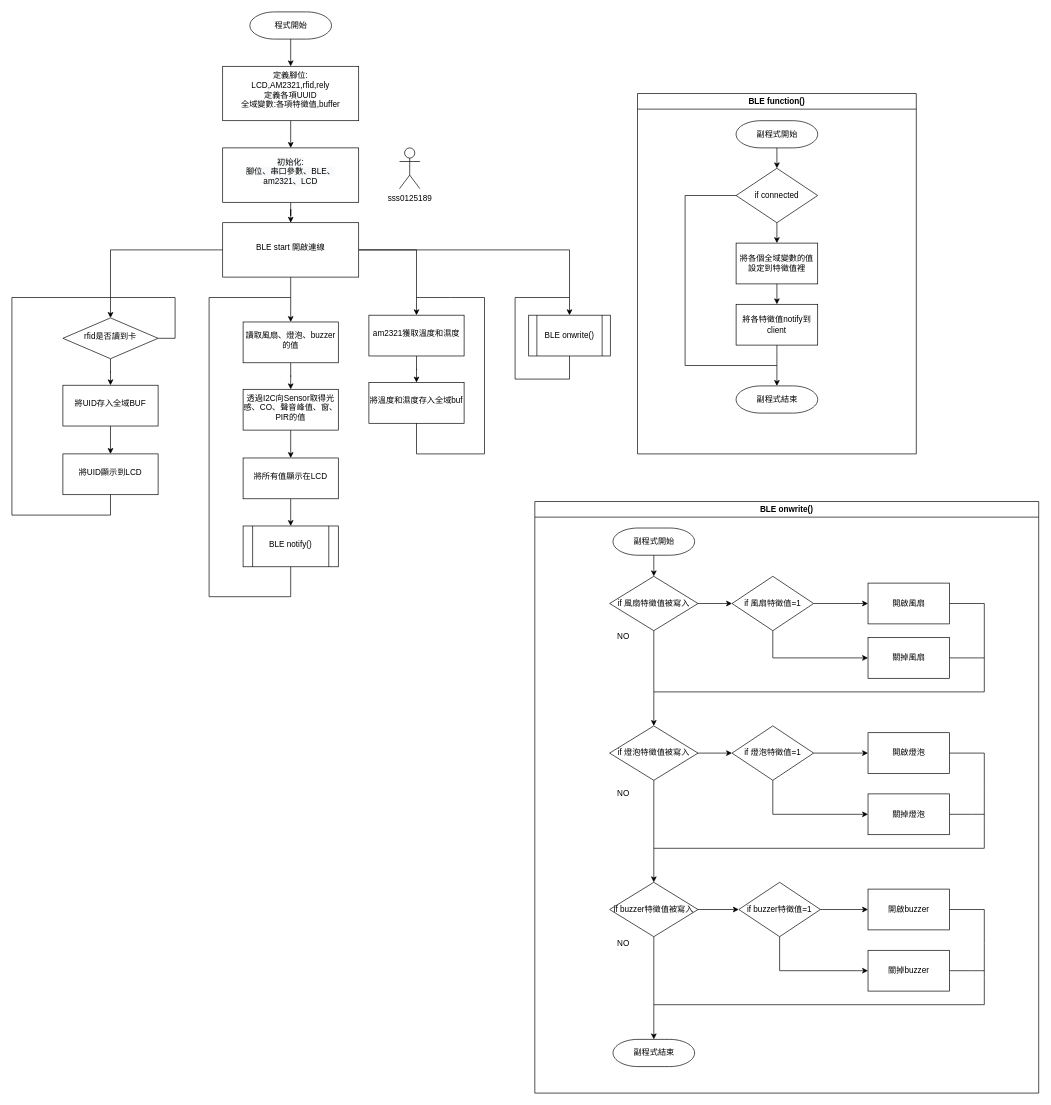
The draw.io diagram page "Page-1" (1 of 3) of iFamily_Master.drawio in k39920123/iFamily, before the edit. Source tidied: cells renumbered, new cells numbered last; positions are measured from the earlier drawing's top-left corner, leaving out a move shared by most shapes. Both pictures are drawn from the tidied source at 68%, with x=0, y=0 at pixel (12, 12).
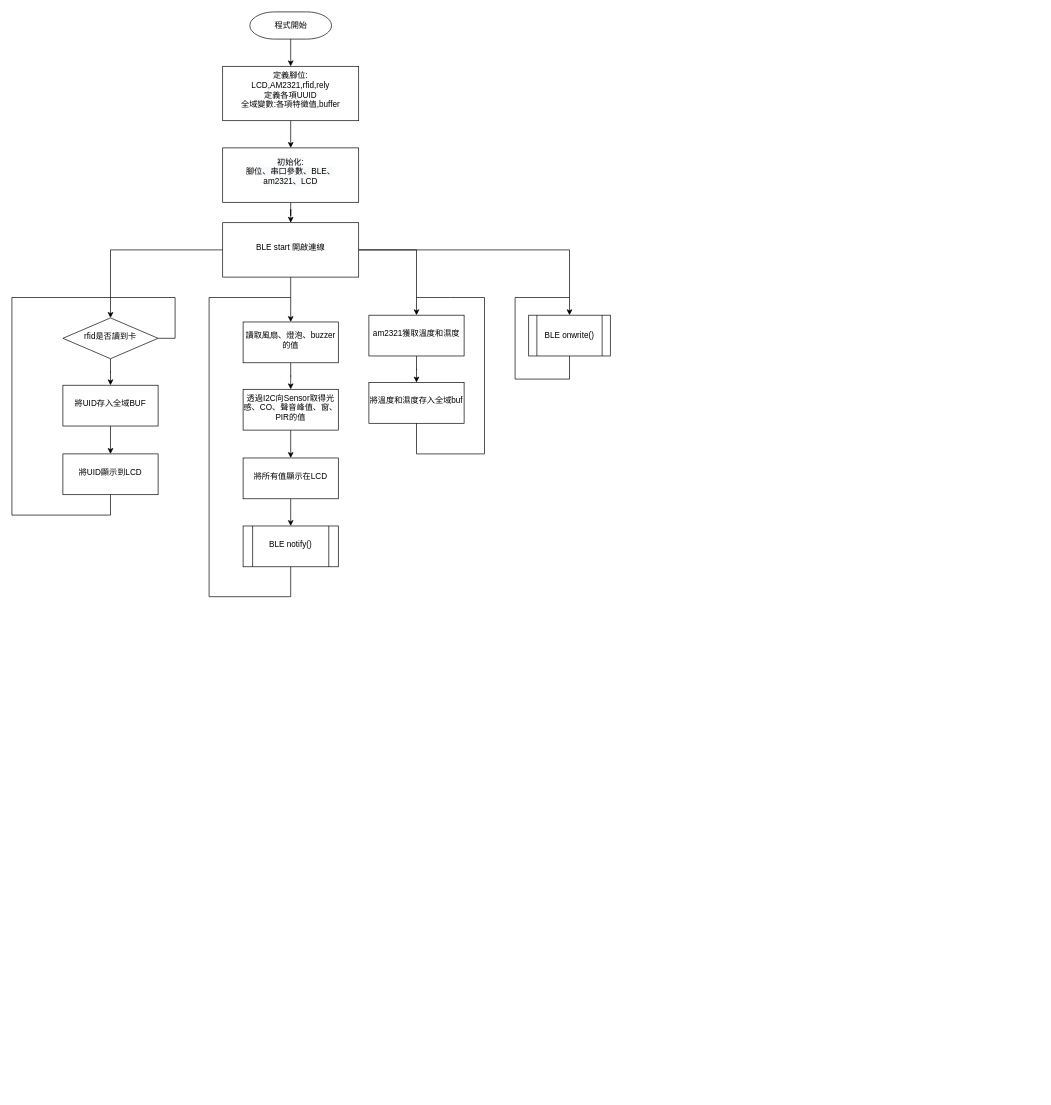
After the change.

What changed in the source:
```diff
@@
-    <mxCell id="26" value="BLE function()" style="swimlane;fontSize=12;strokeColor=default;strokeWidth=1;fillColor=default;" parent="1" vertex="1">
-      <mxGeometry x="920" y="120" width="410" height="530" as="geometry" />
-    </mxCell>
-    <mxCell id="27" value="副程式開始" style="shape=mxgraph.flowchart.terminator;strokeWidth=1;gradientDirection=north;fontStyle=0;html=1;fillColor=default;strokeColor=default;fontSize=12;" parent="26" vertex="1">
-      <mxGeometry x="145" y="40" width="120" height="40" as="geometry" />
-    </mxCell>
-    <mxCell id="28" value="將各個全域變數的值設定到特徵值裡" style="whiteSpace=wrap;html=1;strokeWidth=1;gradientDirection=north;fontStyle=0;" parent="26" vertex="1">
-      <mxGeometry x="145" y="220" width="120" height="60" as="geometry" />
-    </mxCell>
-    <mxCell id="29" style="edgeStyle=none;rounded=0;jettySize=auto;html=1;fontSize=12;" parent="26" edge="1" source="30" target="35">
-      <mxGeometry relative="1" as="geometry" />
-    </mxCell>
-    <mxCell id="30" value="將各特徵值notify到client" style="whiteSpace=wrap;html=1;strokeWidth=1;gradientDirection=north;fontStyle=0;" parent="26" vertex="1">
-      <mxGeometry x="145" y="310" width="120" height="60" as="geometry" />
-    </mxCell>
-    <mxCell id="31" style="edgeStyle=none;rounded=0;jettySize=auto;html=1;fontSize=12;" parent="26" edge="1" source="28" target="30">
-      <mxGeometry relative="1" as="geometry" />
-    </mxCell>
-    <mxCell id="32" value="if connected" style="rhombus;whiteSpace=wrap;html=1;strokeWidth=1;gradientDirection=north;fontStyle=0;" parent="26" vertex="1">
-      <mxGeometry x="145" y="110" width="120" height="80" as="geometry" />
-    </mxCell>
-    <mxCell id="33" style="edgeStyle=none;rounded=0;jettySize=auto;html=1;fontSize=12;" parent="26" edge="1" source="27" target="32">
-      <mxGeometry relative="1" as="geometry" />
-    </mxCell>
-    <mxCell id="34" style="edgeStyle=none;rounded=0;jettySize=auto;html=1;fontSize=12;entryX=0.5;entryY=0;entryDx=0;entryDy=0;" parent="26" edge="1" source="32" target="28">
-      <mxGeometry relative="1" as="geometry" />
-    </mxCell>
-    <mxCell id="35" value="副程式結束" style="shape=mxgraph.flowchart.terminator;strokeWidth=1;gradientDirection=north;fontStyle=0;html=1;fillColor=default;strokeColor=default;fontSize=12;" parent="26" vertex="1">
-      <mxGeometry x="145" y="430" width="120" height="40" as="geometry" />
-    </mxCell>
-    <mxCell id="36" style="endArrow=none;html=1;rounded=0;fontSize=12;" parent="26" edge="1">
-      <mxGeometry relative="1" as="geometry">
-        <mxPoint x="205" y="400" as="sourcePoint" />
-        <mxPoint x="145" y="150" as="targetPoint" />
-        <Array as="points">
-          <mxPoint x="70" y="400" />
-          <mxPoint x="70" y="150" />
-        </Array>
-      </mxGeometry>
-    </mxCell>
@@
-    <mxCell id="44" value="sss0125189" style="shape=umlActor;verticalLabelPosition=bottom;verticalAlign=top;html=1;fontSize=12;" parent="1" vertex="1">
-      <mxGeometry x="570" y="200" width="30" height="60" as="geometry" />
-    </mxCell>
@@
-    <mxCell id="49" value="BLE onwrite()" style="swimlane;fontSize=12;" parent="1" vertex="1">
-      <mxGeometry x="769" y="720" width="741" height="870" as="geometry" />
-    </mxCell>
-    <mxCell id="50" value="副程式開始" style="shape=mxgraph.flowchart.terminator;strokeWidth=1;gradientDirection=north;fontStyle=0;html=1;fillColor=default;strokeColor=default;fontSize=12;" parent="49" vertex="1">
-      <mxGeometry x="115" y="39" width="120" height="40" as="geometry" />
-    </mxCell>
-    <mxCell id="51" style="edgeStyle=none;rounded=0;jettySize=auto;html=1;fontSize=12;" parent="49" edge="1" source="53" target="68">
-      <mxGeometry relative="1" as="geometry" />
-    </mxCell>
-    <mxCell id="52" style="edgeStyle=none;rounded=0;jettySize=auto;html=1;fontSize=12;exitX=0.5;exitY=1;exitDx=0;exitDy=0;entryX=0;entryY=0.5;entryDx=0;entryDy=0;" parent="49" edge="1" source="53" target="69">
-      <mxGeometry relative="1" as="geometry">
-        <Array as="points">
-          <mxPoint x="350" y="230" />
-        </Array>
-      </mxGeometry>
-    </mxCell>
-    <mxCell id="53" value="if 風扇特徵值=1" style="rhombus;whiteSpace=wrap;html=1;strokeWidth=1;gradientDirection=north;fontStyle=0;" parent="49" vertex="1">
-      <mxGeometry x="290" y="110" width="120" height="80" as="geometry" />
-    </mxCell>
-    <mxCell id="54" style="edgeStyle=none;rounded=0;jettySize=auto;html=1;fontSize=12;" parent="49" edge="1" source="56" target="59">
-      <mxGeometry relative="1" as="geometry" />
-    </mxCell>
-    <mxCell id="55" style="edgeStyle=none;rounded=0;jettySize=auto;html=1;fontSize=12;" parent="49" edge="1" source="56" target="53">
-      <mxGeometry relative="1" as="geometry" />
-    </mxCell>
-    <mxCell id="56" value="&lt;span&gt;if 風扇特徵值被寫入&lt;/span&gt;" style="rhombus;whiteSpace=wrap;html=1;strokeWidth=1;gradientDirection=north;fontStyle=0;" parent="49" vertex="1">
-      <mxGeometry x="110" y="110" width="130" height="80" as="geometry" />
-    </mxCell>
-    <mxCell id="57" style="edgeStyle=none;rounded=0;jettySize=auto;html=1;fontSize=12;" parent="49" edge="1" source="50" target="56">
-      <mxGeometry relative="1" as="geometry" />
-    </mxCell>
-    <mxCell id="58" style="edgeStyle=none;rounded=0;jettySize=auto;html=1;entryX=0;entryY=0.5;entryDx=0;entryDy=0;fontSize=12;" parent="49" edge="1" source="59" target="72">
-      <mxGeometry relative="1" as="geometry" />
-    </mxCell>
-    <mxCell id="59" value="&lt;span&gt;if 燈泡特徵值被寫入&lt;/span&gt;" style="rhombus;whiteSpace=wrap;html=1;strokeWidth=1;gradientDirection=north;fontStyle=0;" parent="49" vertex="1">
-      <mxGeometry x="110" y="330" width="130" height="80" as="geometry" />
-    </mxCell>
-    <mxCell id="60" style="edgeStyle=none;rounded=0;jettySize=auto;html=1;fontSize=12;" parent="49" edge="1" source="62" target="67">
-      <mxGeometry relative="1" as="geometry" />
-    </mxCell>
-    <mxCell id="61" style="edgeStyle=none;rounded=0;jettySize=auto;html=1;entryX=0;entryY=0.5;entryDx=0;entryDy=0;fontSize=12;" parent="49" edge="1" source="62" target="78">
-      <mxGeometry relative="1" as="geometry" />
-    </mxCell>
-    <mxCell id="62" value="&lt;span&gt;if buzzer特徵值被寫入&lt;/span&gt;" style="rhombus;whiteSpace=wrap;html=1;strokeWidth=1;gradientDirection=north;fontStyle=0;" parent="49" vertex="1">
-      <mxGeometry x="110" y="560" width="130" height="80" as="geometry" />
-    </mxCell>
-    <mxCell id="63" style="edgeStyle=none;rounded=0;jettySize=auto;html=1;fontSize=12;" parent="49" edge="1" source="59" target="62">
-      <mxGeometry relative="1" as="geometry" />
-    </mxCell>
-    <mxCell id="64" value="NO" style="text;html=1;align=center;verticalAlign=middle;strokeColor=none;fillColor=none;fontSize=12;" parent="49" vertex="1">
-      <mxGeometry x="115" y="189" width="30" height="20" as="geometry" />
-    </mxCell>
-    <mxCell id="65" value="NO" style="text;html=1;align=center;verticalAlign=middle;strokeColor=none;fillColor=none;fontSize=12;" parent="49" vertex="1">
-      <mxGeometry x="115" y="420" width="30" height="20" as="geometry" />
-    </mxCell>
-    <mxCell id="66" value="NO" style="text;html=1;align=center;verticalAlign=middle;strokeColor=none;fillColor=none;fontSize=12;" parent="49" vertex="1">
-      <mxGeometry x="115" y="640" width="30" height="20" as="geometry" />
-    </mxCell>
-    <mxCell id="67" value="副程式結束" style="shape=mxgraph.flowchart.terminator;strokeWidth=1;gradientDirection=north;fontStyle=0;html=1;fillColor=default;strokeColor=default;fontSize=12;" parent="49" vertex="1">
-      <mxGeometry x="115" y="791" width="120" height="40" as="geometry" />
-    </mxCell>
-    <mxCell id="68" value="開啟風扇" style="whiteSpace=wrap;html=1;strokeWidth=1;gradientDirection=north;fontStyle=0;" parent="49" vertex="1">
-      <mxGeometry x="490" y="120" width="120" height="60" as="geometry" />
-    </mxCell>
-    <mxCell id="69" value="關掉風扇" style="whiteSpace=wrap;html=1;strokeWidth=1;gradientDirection=north;fontStyle=0;" parent="49" vertex="1">
-      <mxGeometry x="490" y="200" width="120" height="60" as="geometry" />
-    </mxCell>
-    <mxCell id="70" style="endArrow=none;html=1;rounded=0;fontSize=12;entryX=1;entryY=0.5;entryDx=0;entryDy=0;" parent="49" edge="1" target="68">
-      <mxGeometry relative="1" as="geometry">
-        <mxPoint x="175" y="280" as="sourcePoint" />
-        <Array as="points">
-          <mxPoint x="661" y="280" />
-          <mxPoint x="661" y="150" />
-        </Array>
-      </mxGeometry>
-    </mxCell>
-    <mxCell id="71" style="endArrow=none;html=1;rounded=0;fontSize=12;exitX=1;exitY=0.5;exitDx=0;exitDy=0;" parent="49" edge="1" source="69">
-      <mxGeometry relative="1" as="geometry">
-        <mxPoint x="661" y="230" as="targetPoint" />
-        <Array as="points">
-          <mxPoint x="652" y="230" />
-        </Array>
-      </mxGeometry>
-    </mxCell>
-    <mxCell id="72" value="if 燈泡特徵值=1" style="rhombus;whiteSpace=wrap;html=1;strokeWidth=1;gradientDirection=north;fontStyle=0;" parent="49" vertex="1">
-      <mxGeometry x="290" y="330" width="120" height="80" as="geometry" />
-    </mxCell>
-    <mxCell id="73" value="開啟燈泡" style="whiteSpace=wrap;html=1;strokeWidth=1;gradientDirection=north;fontStyle=0;" parent="49" vertex="1">
-      <mxGeometry x="490" y="340" width="120" height="60" as="geometry" />
-    </mxCell>
-    <mxCell id="74" style="edgeStyle=none;rounded=0;jettySize=auto;html=1;fontSize=12;" parent="49" edge="1" source="72" target="73">
-      <mxGeometry relative="1" as="geometry" />
-    </mxCell>
-    <mxCell id="75" value="關掉燈泡" style="whiteSpace=wrap;html=1;strokeWidth=1;gradientDirection=north;fontStyle=0;" parent="49" vertex="1">
-      <mxGeometry x="490" y="430" width="120" height="60" as="geometry" />
-    </mxCell>
-    <mxCell id="76" style="edgeStyle=none;rounded=0;jettySize=auto;html=1;fontSize=12;exitX=0.5;exitY=1;exitDx=0;exitDy=0;entryX=0;entryY=0.5;entryDx=0;entryDy=0;" parent="49" edge="1" source="72" target="75">
-      <mxGeometry relative="1" as="geometry">
-        <Array as="points">
-          <mxPoint x="350" y="460" />
-        </Array>
-      </mxGeometry>
-    </mxCell>
-    <mxCell id="77" style="endArrow=none;html=1;rounded=0;fontSize=12;exitX=1;exitY=0.5;exitDx=0;exitDy=0;" parent="49" edge="1" source="75">
-      <mxGeometry relative="1" as="geometry">
-        <mxPoint x="661" y="460" as="targetPoint" />
-        <Array as="points">
-          <mxPoint x="642" y="460" />
-        </Array>
-      </mxGeometry>
-    </mxCell>
-    <mxCell id="78" value="if buzzer特徵值=1" style="rhombus;whiteSpace=wrap;html=1;strokeWidth=1;gradientDirection=north;fontStyle=0;" parent="49" vertex="1">
-      <mxGeometry x="300" y="560" width="120" height="80" as="geometry" />
-    </mxCell>
-    <mxCell id="79" value="開啟buzzer" style="whiteSpace=wrap;html=1;strokeWidth=1;gradientDirection=north;fontStyle=0;" parent="49" vertex="1">
-      <mxGeometry x="490" y="570" width="120" height="60" as="geometry" />
-    </mxCell>
-    <mxCell id="80" style="edgeStyle=none;rounded=0;jettySize=auto;html=1;fontSize=12;" parent="49" edge="1" source="78" target="79">
-      <mxGeometry relative="1" as="geometry" />
-    </mxCell>
-    <mxCell id="81" value="關掉buzzer" style="whiteSpace=wrap;html=1;strokeWidth=1;gradientDirection=north;fontStyle=0;" parent="49" vertex="1">
-      <mxGeometry x="490" y="660" width="120" height="60" as="geometry" />
-    </mxCell>
-    <mxCell id="82" style="edgeStyle=none;rounded=0;jettySize=auto;html=1;fontSize=12;exitX=0.5;exitY=1;exitDx=0;exitDy=0;entryX=0;entryY=0.5;entryDx=0;entryDy=0;" parent="49" edge="1" source="78" target="81">
-      <mxGeometry relative="1" as="geometry">
-        <Array as="points">
-          <mxPoint x="360" y="690" />
-        </Array>
-      </mxGeometry>
-    </mxCell>
-    <mxCell id="83" style="endArrow=none;html=1;rounded=0;fontSize=12;exitX=1;exitY=0.5;exitDx=0;exitDy=0;" parent="49" edge="1">
-      <mxGeometry relative="1" as="geometry">
-        <mxPoint x="610" y="690" as="sourcePoint" />
-        <mxPoint x="661" y="690" as="targetPoint" />
-        <Array as="points">
-          <mxPoint x="642" y="690" />
-        </Array>
-      </mxGeometry>
-    </mxCell>
-    <mxCell id="84" style="endArrow=none;html=1;rounded=0;fontSize=12;exitX=1;exitY=0.5;exitDx=0;exitDy=0;" parent="49" edge="1">
-      <mxGeometry relative="1" as="geometry">
-        <mxPoint x="610" y="600" as="sourcePoint" />
-        <mxPoint x="175" y="740" as="targetPoint" />
-        <Array as="points">
-          <mxPoint x="661" y="600" />
-          <mxPoint x="661" y="650" />
-          <mxPoint x="661" y="700" />
-          <mxPoint x="661" y="740" />
-        </Array>
-      </mxGeometry>
-    </mxCell>
-    <mxCell id="85" style="endArrow=none;html=1;rounded=0;fontSize=12;exitX=1;exitY=0.5;exitDx=0;exitDy=0;" parent="1" edge="1" source="73">
-      <mxGeometry relative="1" as="geometry">
-        <mxPoint x="944" y="1230" as="targetPoint" />
-        <Array as="points">
-          <mxPoint x="1430" y="1090" />
-          <mxPoint x="1430" y="1140" />
-          <mxPoint x="1430" y="1190" />
-          <mxPoint x="1430" y="1230" />
-        </Array>
-      </mxGeometry>
-    </mxCell>
-    <mxCell id="86" style="endArrow=none;html=1;rounded=0;fontSize=12;" parent="1" edge="1">
-      <mxGeometry relative="1" as="geometry">
-        <mxPoint x="950" y="1230" as="sourcePoint" />
-        <mxPoint x="950" y="1230" as="targetPoint" />
-        <Array as="points">
-          <mxPoint x="950" y="1230" />
-        </Array>
-      </mxGeometry>
-    </mxCell>
```
